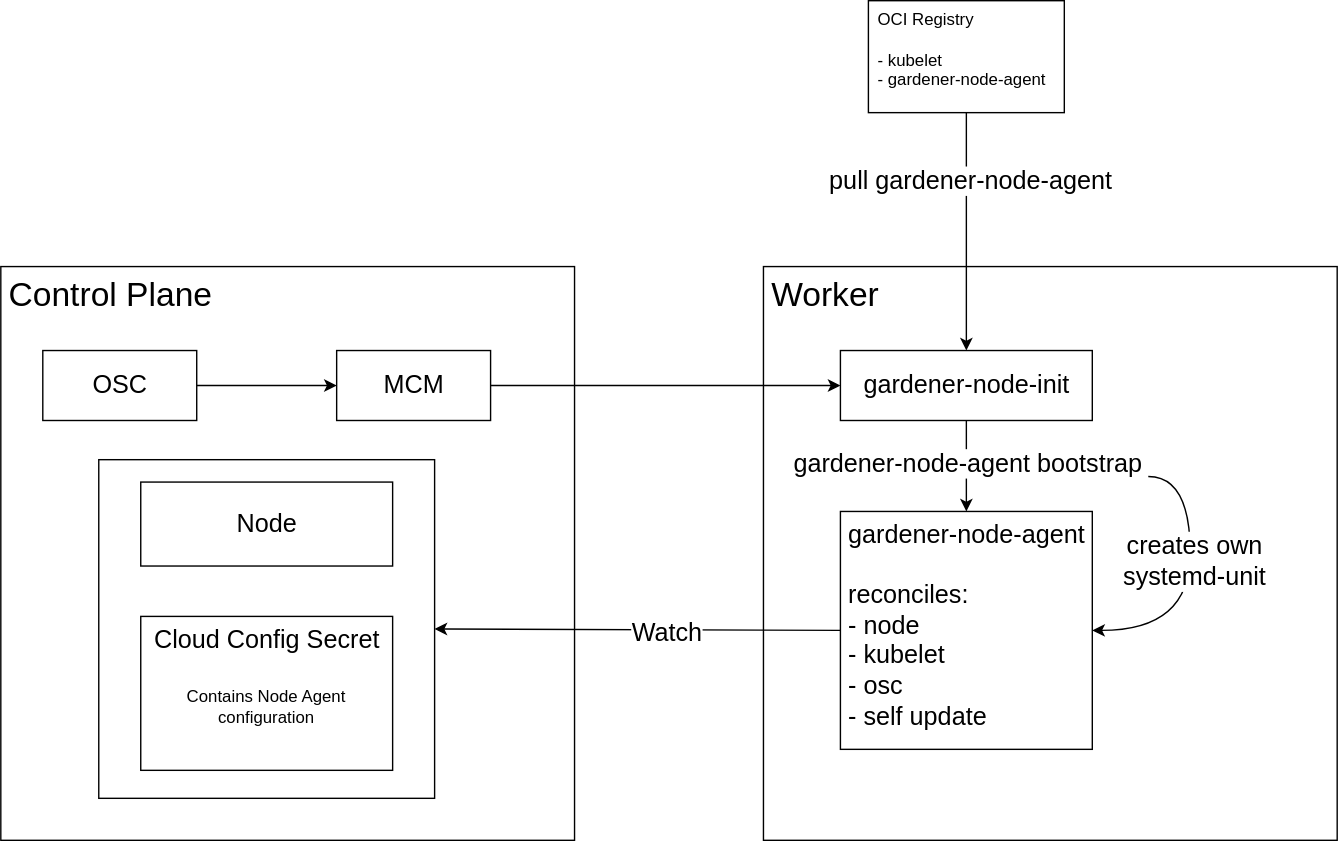
Earlier version of the draw.io export docs/concepts/images/gardener-nodeagent-architecture.svg (gardener/gardener). Source tidied: cells renumbered, new cells last; positions are measured from the earlier drawing's top-left corner, leaving out a move shared by most shapes.
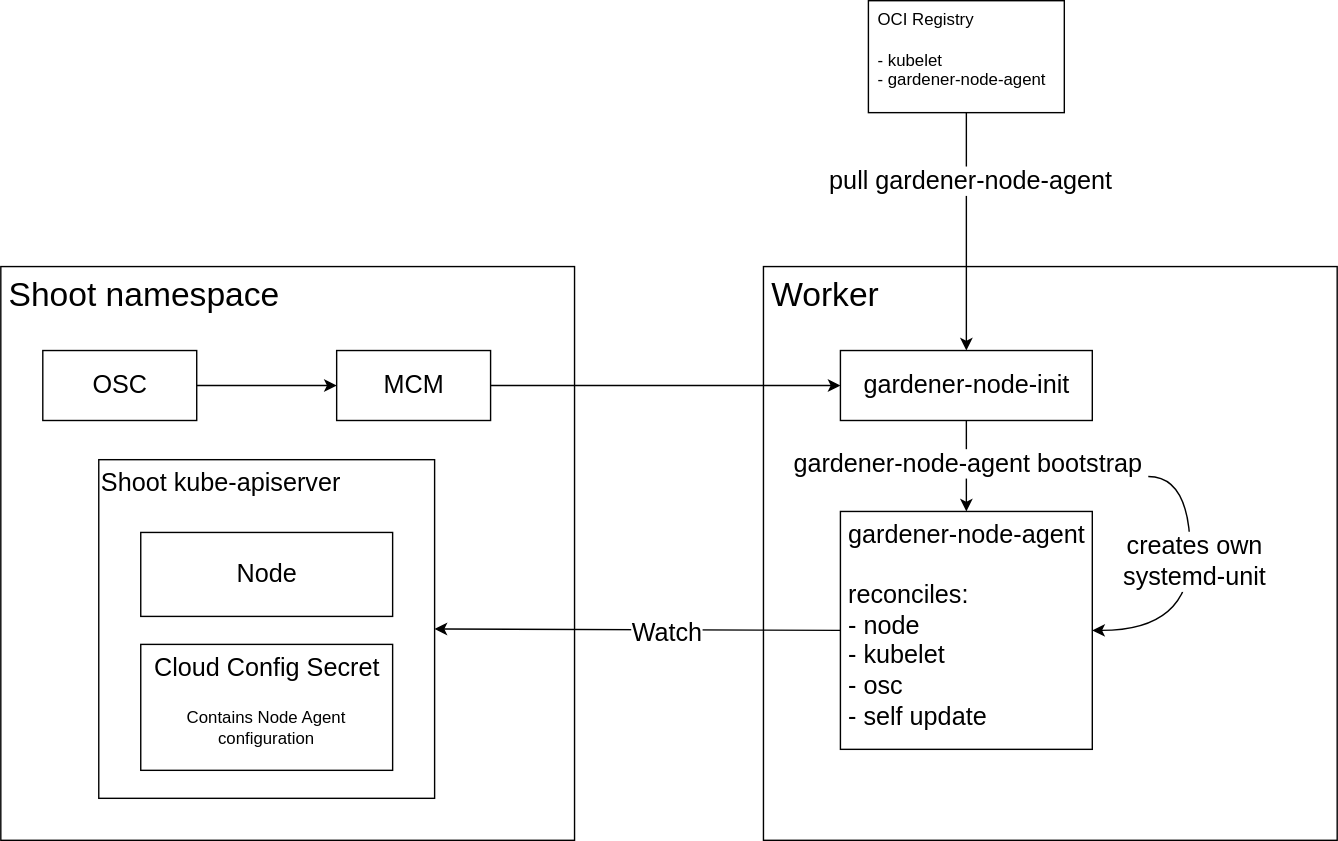
The same diagram one commit later.

Commit message:
docs(nodeagent): wording architecture diagram

Change to the diagram source:
```diff
@@ -2,7 +2,7 @@
   <root>
     <mxCell id="0" />
     <mxCell id="1" parent="0" />
-    <mxCell id="2" value="Control Plane" style="whiteSpace=wrap;html=1;align=left;verticalAlign=top;spacingLeft=4;fontSize=24;" parent="1" vertex="1">
+    <mxCell id="2" value="Shoot namespace" style="whiteSpace=wrap;html=1;align=left;verticalAlign=top;spacingLeft=4;fontSize=24;" parent="1" vertex="1">
       <mxGeometry y="190" width="410" height="410" as="geometry" />
     </mxCell>
     <mxCell id="3" value="OCI Registry&lt;br&gt;&lt;br&gt;- kubelet&lt;br&gt;- gardener-node-agent" style="rounded=0;whiteSpace=wrap;html=1;align=left;verticalAlign=top;spacingTop=0;spacingLeft=5;" parent="1" vertex="1">
@@ -50,7 +50,7 @@
     <mxCell id="14" value="gardener-node-agent&lt;br&gt;&lt;br&gt;&lt;div style=&quot;text-align: left;&quot;&gt;&lt;span style=&quot;background-color: initial;&quot;&gt;reconciles:&lt;/span&gt;&lt;/div&gt;&lt;div style=&quot;text-align: left;&quot;&gt;&lt;span style=&quot;background-color: initial;&quot;&gt;- node&lt;/span&gt;&lt;/div&gt;&lt;div style=&quot;text-align: left;&quot;&gt;&lt;span style=&quot;background-color: initial;&quot;&gt;- kubelet&lt;/span&gt;&lt;/div&gt;&lt;div style=&quot;text-align: left;&quot;&gt;&lt;span style=&quot;background-color: initial;&quot;&gt;- osc&lt;/span&gt;&lt;/div&gt;&lt;div style=&quot;text-align: left;&quot;&gt;&lt;span style=&quot;background-color: initial;&quot;&gt;- self update&lt;/span&gt;&lt;/div&gt;" style="html=1;fontSize=18;verticalAlign=top;" parent="1" vertex="1">
       <mxGeometry x="600" y="365" width="180" height="170" as="geometry" />
     </mxCell>
-    <mxCell id="15" style="rounded=0;whiteSpace=wrap;html=1;fontSize=18;" parent="1" vertex="1">
+    <mxCell id="15" value="Shoot kube-apiserver" style="rounded=0;whiteSpace=wrap;html=1;fontSize=18;align=left;verticalAlign=top;" parent="1" vertex="1">
       <mxGeometry x="70" y="328" width="240" height="242" as="geometry" />
     </mxCell>
     <mxCell id="16" style="edgeStyle=none;html=1;fontSize=24;exitX=0;exitY=0.5;exitDx=0;exitDy=0;entryX=1;entryY=0.5;entryDx=0;entryDy=0;" parent="1" edge="1" source="14" target="15">
@@ -60,10 +60,10 @@
       <mxGeometry x="-0.14" y="2" relative="1" as="geometry" />
     </mxCell>
     <mxCell id="18" value="Node" style="html=1;fontSize=18;" parent="1" vertex="1">
-      <mxGeometry x="100" y="344" width="180" height="60" as="geometry" />
+      <mxGeometry x="100" y="380" width="180" height="60" as="geometry" />
     </mxCell>
     <mxCell id="19" value="Cloud Config Secret" style="html=1;fontSize=18;verticalAlign=top;" parent="1" vertex="1">
-      <mxGeometry x="100" y="440" width="180" height="110" as="geometry" />
+      <mxGeometry x="100" y="460" width="180" height="90" as="geometry" />
     </mxCell>
     <mxCell id="20" style="edgeStyle=orthogonalEdgeStyle;html=1;fontSize=24;entryX=1;entryY=0.5;entryDx=0;entryDy=0;curved=1;" parent="1" edge="1" target="14">
       <mxGeometry relative="1" as="geometry">
@@ -78,7 +78,7 @@
       <mxGeometry x="-0.14" y="2" relative="1" as="geometry" />
     </mxCell>
     <mxCell id="22" value="Contains Node Agent configuration" style="text;strokeColor=none;align=center;fillColor=none;html=1;verticalAlign=middle;whiteSpace=wrap;rounded=0;" parent="1" vertex="1">
-      <mxGeometry x="130" y="490" width="120" height="30" as="geometry" />
+      <mxGeometry x="130" y="505" width="120" height="30" as="geometry" />
     </mxCell>
   </root>
 </mxGraphModel>
```
